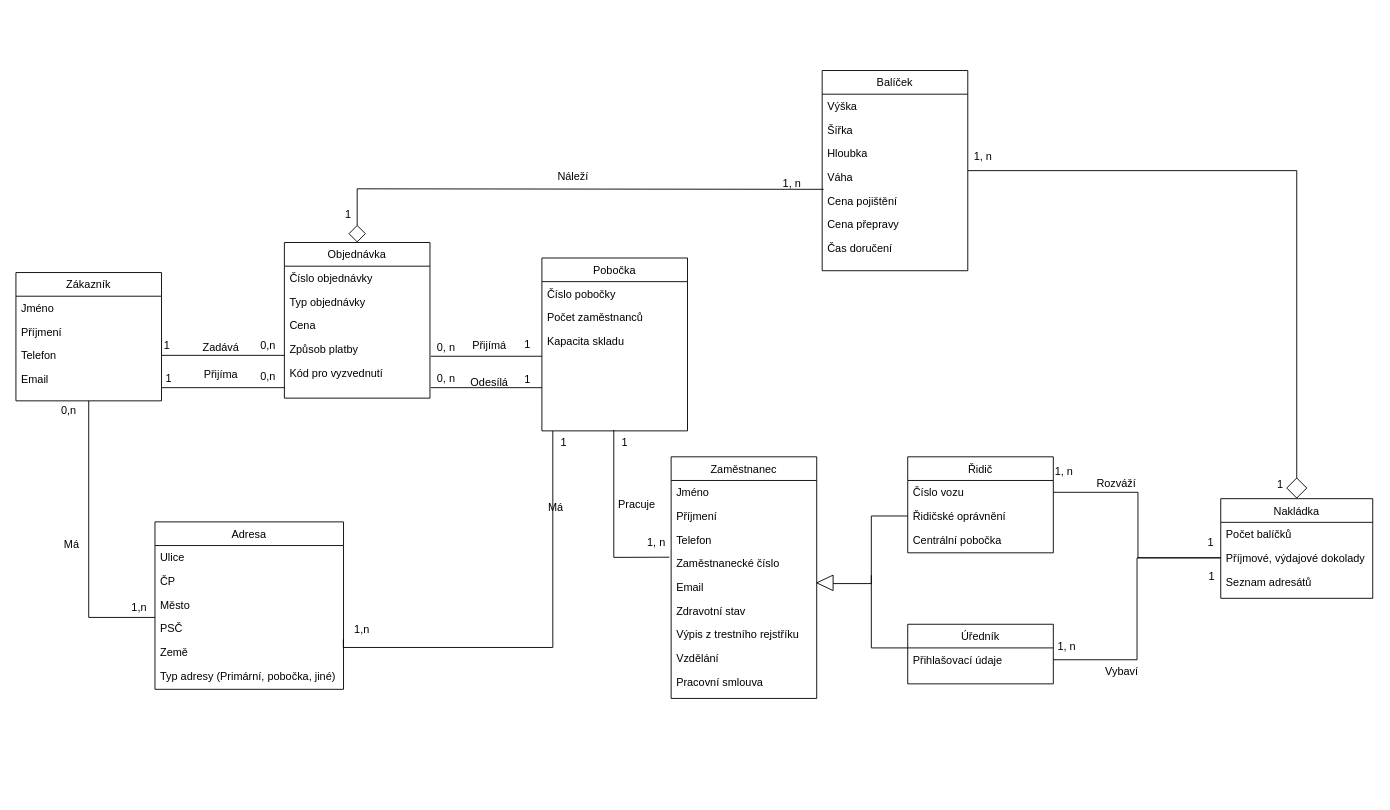
martinoak/culs-diagrams-net keeps this draw.io diagram as Projekt-ClassDiagram-v3.drawio. Above is the earlier version. Source tidied: cells renumbered, new cells numbered last; positions are measured from the earlier drawing's top-left corner, leaving out a move shared by most shapes. Both pictures are drawn from the tidied source at 91%, with x=0, y=0 at pixel (15, 70).
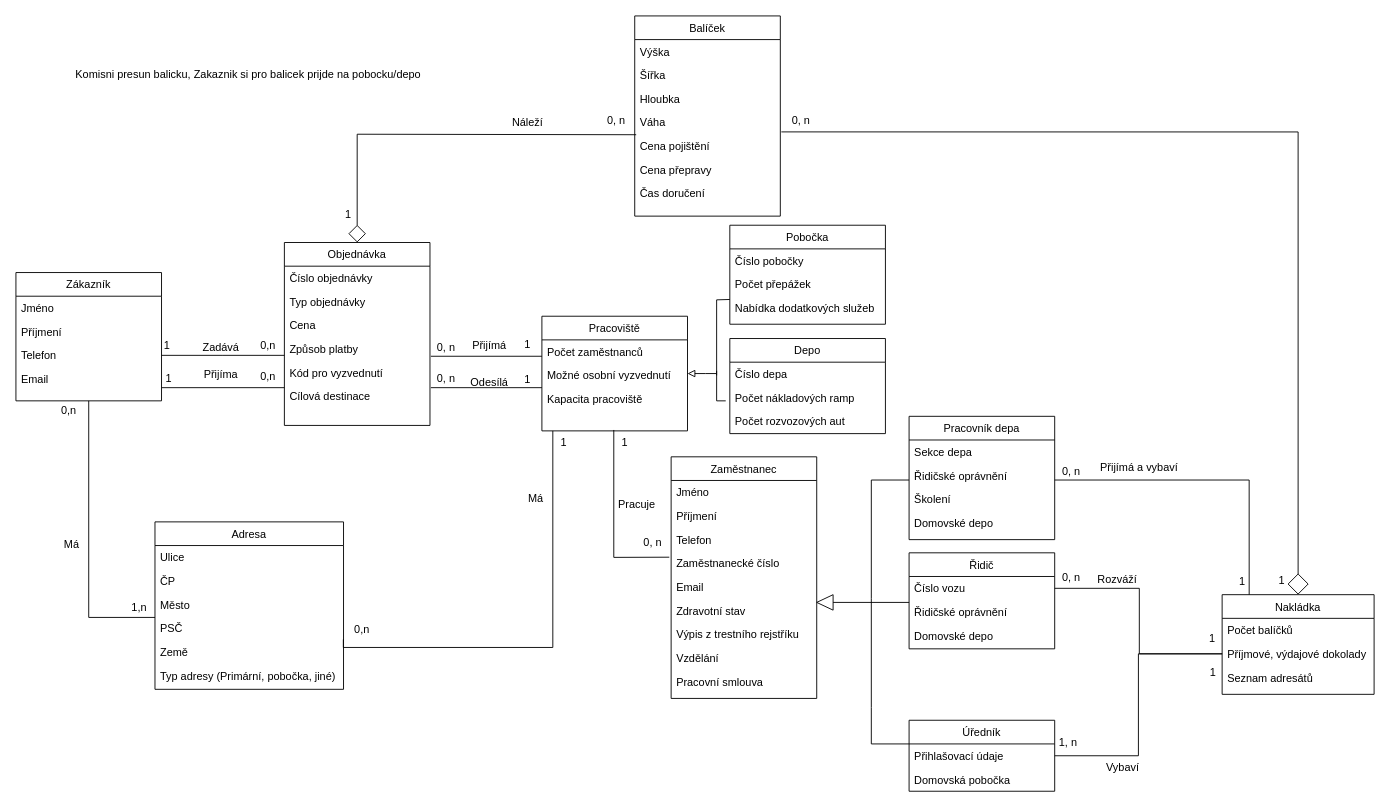
The same page after the edit.

The change refers to these unchanged cells:
```xml
<mxCell id="23" value="Cena pojištění" style="text;align=left;verticalAlign=top;spacingLeft=4;spacingRight=4;overflow=hidden;points=[[0,0.5],[1,0.5]];portConstraint=eastwest;" parent="18" vertex="1">
  <mxGeometry y="130" width="160" height="26" as="geometry" />
</mxCell>
<mxCell id="44" value="Číslo vozu" style="text;align=left;verticalAlign=top;spacingLeft=4;spacingRight=4;overflow=hidden;points=[[0,0.5],[1,0.5]];portConstraint=eastwest;" parent="43" vertex="1">
  <mxGeometry y="26" width="160" height="26" as="geometry" />
</mxCell>
<mxCell id="45" value="Řidičské oprávnění" style="text;align=left;verticalAlign=top;spacingLeft=4;spacingRight=4;overflow=hidden;points=[[0,0.5],[1,0.5]];portConstraint=eastwest;" parent="43" vertex="1">
  <mxGeometry y="52" width="160" height="26" as="geometry" />
</mxCell>
<mxCell id="94" style="endArrow=none;shadow=0;strokeWidth=1;rounded=0;endFill=0;edgeStyle=elbowEdgeStyle;elbow=vertical;entryX=0.999;entryY=-0.031;entryDx=0;entryDy=0;entryPerimeter=0;" parent="1" edge="1" target="12">
  <mxGeometry x="0.5" y="41" relative="1" as="geometry">
    <mxPoint x="590" y="396" as="sourcePoint" />
    <Array as="points">
      <mxPoint x="590" y="634" />
      <mxPoint x="590" y="721" />
    </Array>
    <mxPoint x="-40" y="32" as="offset" />
  </mxGeometry>
</mxCell>
```

What changed in the source:
```diff
@@
-    <mxCell id="17" style="edgeStyle=orthogonalEdgeStyle;rounded=0;jumpSize=6;jettySize=auto;html=1;strokeWidth=1;startArrow=none;startFill=0;endArrow=diamond;endFill=0;startSize=17;endSize=21;" parent="1" edge="1" source="18" target="64">
+    <mxCell id="17" style="edgeStyle=orthogonalEdgeStyle;rounded=0;jumpSize=6;jettySize=auto;html=1;strokeWidth=1;startArrow=none;startFill=0;endArrow=diamond;endFill=0;startSize=17;endSize=21;exitX=1.007;exitY=-0.098;exitDx=0;exitDy=0;exitPerimeter=0;" parent="1" edge="1" source="23" target="64">
       <mxGeometry relative="1" as="geometry" />
     </mxCell>
     <mxCell id="18" value="Balíček" style="swimlane;fontStyle=0;align=center;verticalAlign=top;horizontal=1;startSize=26;rounded=0;shadow=0;strokeWidth=1;" parent="1" vertex="1">
-      <mxGeometry x="886" width="160" height="220" as="geometry" />
+      <mxGeometry x="680" y="-60" width="160" height="220" as="geometry" />
     </mxCell>
@@
+    <mxCell id="98" style="edgeStyle=orthogonalEdgeStyle;rounded=0;jettySize=auto;html=1;endArrow=none;endFill=0;startArrow=block;startFill=0;targetPerimeterSpacing=16;sourcePerimeterSpacing=0;" parent="1" edge="1" source="26">
+      <mxGeometry relative="1" as="geometry">
+        <mxPoint x="770" y="333" as="targetPoint" />
+      </mxGeometry>
+    </mxCell>
-    <mxCell id="26" value="Pobočka" style="swimlane;fontStyle=0;align=center;verticalAlign=top;horizontal=1;startSize=26;rounded=0;shadow=0;strokeWidth=1;" parent="1" vertex="1">
-      <mxGeometry x="578" y="206" width="160" height="190" as="geometry" />
+    <mxCell id="26" value="Pracoviště" style="swimlane;fontStyle=0;align=center;verticalAlign=top;horizontal=1;startSize=26;rounded=0;shadow=0;strokeWidth=1;" parent="1" vertex="1">
+      <mxGeometry x="578" y="270" width="160" height="126" as="geometry" />
     </mxCell>
-    <mxCell id="27" value="Číslo pobočky" style="text;align=left;verticalAlign=top;spacingLeft=4;spacingRight=4;overflow=hidden;" parent="26" vertex="1">
-      <mxGeometry y="26" width="160" height="26" as="geometry" />
-    </mxCell>
     <mxCell id="28" value="Počet zaměstnanců" style="text;align=left;verticalAlign=top;spacingLeft=4;spacingRight=4;overflow=hidden;rounded=0;shadow=0;html=0;" parent="26" vertex="1">
-      <mxGeometry y="52" width="160" height="26" as="geometry" />
+      <mxGeometry y="26" width="160" height="26" as="geometry" />
     </mxCell>
-    <mxCell id="29" value="Kapacita skladu" style="text;align=left;verticalAlign=top;spacingLeft=4;spacingRight=4;overflow=hidden;rounded=0;shadow=0;html=0;" parent="26" vertex="1">
-      <mxGeometry y="78" width="160" height="26" as="geometry" />
-    </mxCell>
+    <mxCell id="99" value="Možné osobní vyzvednutí" style="text;align=left;verticalAlign=top;spacingLeft=4;spacingRight=4;overflow=hidden;rounded=0;shadow=0;html=0;" parent="26" vertex="1">
+      <mxGeometry y="52" width="160" height="26" as="geometry" />
+    </mxCell>
+    <mxCell id="100" value="Kapacita pracoviště" style="text;align=left;verticalAlign=top;spacingLeft=4;spacingRight=4;overflow=hidden;rounded=0;shadow=0;html=0;" parent="26" vertex="1">
+      <mxGeometry y="78" width="160" height="26" as="geometry" />
+    </mxCell>
@@
-    <mxCell id="40" value="1, n" style="align=right;verticalAlign=bottom;labelBackgroundColor=none;fontSize=12;" parent="1" vertex="1">
-      <mxGeometry x="1070" y="80" as="geometry">
+    <mxCell id="40" value="0, n" style="align=right;verticalAlign=bottom;labelBackgroundColor=none;fontSize=12;" parent="1" vertex="1">
+      <mxGeometry x="667" y="40" as="geometry">
         <mxPoint x="4" y="23" as="offset" />
       </mxGeometry>
     </mxCell>
@@
     <mxCell id="43" value="Řidič" style="swimlane;fontStyle=0;align=center;verticalAlign=top;horizontal=1;startSize=26;rounded=0;shadow=0;strokeWidth=1;" parent="1" vertex="1">
-      <mxGeometry x="980" y="424.5" width="160" height="105.5" as="geometry" />
+      <mxGeometry x="981.5" y="530" width="160" height="105.5" as="geometry" />
     </mxCell>
@@
-    <mxCell id="46" value="Centrální pobočka" style="text;align=left;verticalAlign=top;spacingLeft=4;spacingRight=4;overflow=hidden;" parent="43" vertex="1">
+    <mxCell id="46" value="Domovské depo" style="text;align=left;verticalAlign=top;spacingLeft=4;spacingRight=4;overflow=hidden;" parent="43" vertex="1">
       <mxGeometry y="78" width="160" height="26" as="geometry" />
     </mxCell>
     <mxCell id="47" value="Úředník" style="swimlane;fontStyle=0;align=center;verticalAlign=top;horizontal=1;startSize=26;rounded=0;shadow=0;strokeWidth=1;" parent="1" vertex="1">
-      <mxGeometry x="980" y="608.5" width="160" height="65.5" as="geometry" />
+      <mxGeometry x="981.5" y="714" width="160" height="78" as="geometry" />
     </mxCell>
@@
-    <mxCell id="49" style="edgeStyle=orthogonalEdgeStyle;rounded=0;jettySize=auto;html=1;endArrow=none;endFill=0;strokeWidth=1;entryX=0.749;entryY=0.453;entryDx=0;entryDy=0;entryPerimeter=0;" parent="1" edge="1" source="45" target="50">
-      <mxGeometry relative="1" as="geometry">
-        <Array as="points">
-          <mxPoint x="940" y="489.5" />
-          <mxPoint x="940" y="564.5" />
-          <mxPoint x="885" y="564.5" />
-        </Array>
-      </mxGeometry>
-    </mxCell>
-    <mxCell id="50" style="triangle;whiteSpace=wrap;html=1;fillColor=#FFFFFF;rotation=-180;" parent="1" vertex="1">
-      <mxGeometry x="880" y="554.5" width="18" height="17" as="geometry" />
-    </mxCell>
+    <mxCell id="101" value="Domovská pobočka" style="text;align=left;verticalAlign=top;spacingLeft=4;spacingRight=4;overflow=hidden;" parent="47" vertex="1">
+      <mxGeometry y="52" width="160" height="26" as="geometry" />
+    </mxCell>
     <mxCell id="51" style="endArrow=none;html=1;rounded=0;strokeWidth=1;exitX=0;exitY=0;exitDx=0;exitDy=0;exitPerimeter=0;" parent="1" edge="1">
       <mxGeometry relative="1" as="geometry">
-        <mxPoint x="980" y="634.5" as="sourcePoint" />
-        <mxPoint x="940" y="554.5" as="targetPoint" />
+        <mxPoint x="981.5" y="740" as="sourcePoint" />
+        <mxPoint x="940" y="580" as="targetPoint" />
         <Array as="points">
-          <mxPoint x="940" y="634.5" />
+          <mxPoint x="940" y="740" />
+          <mxPoint x="940" y="700" />
         </Array>
       </mxGeometry>
     </mxCell>
@@
-    <mxCell id="53" value="1, n" style="align=left;verticalAlign=bottom;labelBackgroundColor=none;fontSize=12;" parent="1" vertex="1">
-      <mxGeometry x="704" y="539" as="geometry">
+    <mxCell id="53" value="0, n" style="align=left;verticalAlign=bottom;labelBackgroundColor=none;fontSize=12;" parent="1" vertex="1">
+      <mxGeometry x="700" y="539" as="geometry">
         <mxPoint x="-12" y="-12" as="offset" />
       </mxGeometry>
     </mxCell>
@@
     <mxCell id="56" value="Vybaví" style="text;html=1;align=center;verticalAlign=middle;labelBackgroundColor=none;rounded=0;shadow=0;strokeWidth=1;fontSize=12;rotation=0;" parent="1" vertex="1">
-      <mxGeometry x="1191" y="674" as="geometry">
+      <mxGeometry x="1192.5" y="779.5" as="geometry">
         <mxPoint x="23" y="-14" as="offset" />
       </mxGeometry>
     </mxCell>
@@
     <mxCell id="58" value="Rozváží" style="text;html=1;align=center;verticalAlign=middle;labelBackgroundColor=none;rounded=0;shadow=0;strokeWidth=1;fontSize=12;" parent="1" vertex="1">
-      <mxGeometry x="1185" y="467.5" as="geometry">
+      <mxGeometry x="1186.5" y="573" as="geometry">
         <mxPoint x="23" y="-14" as="offset" />
       </mxGeometry>
     </mxCell>
     <mxCell id="59" style="edgeStyle=orthogonalEdgeStyle;rounded=0;jettySize=auto;html=1;entryX=0;entryY=0.5;entryDx=0;entryDy=0;endArrow=none;endFill=0;" parent="1" edge="1" source="44">
       <mxGeometry relative="1" as="geometry">
-        <mxPoint x="1324" y="535.5" as="targetPoint" />
+        <mxPoint x="1325.5" y="641" as="targetPoint" />
         <Array as="points">
-          <mxPoint x="1233" y="464" />
-          <mxPoint x="1233" y="536" />
+          <mxPoint x="1234.5" y="569.5" />
+          <mxPoint x="1234.5" y="641.5" />
         </Array>
       </mxGeometry>
     </mxCell>
@@
     <mxCell id="61" value="1, n" style="align=left;verticalAlign=bottom;labelBackgroundColor=none;fontSize=12;" parent="1" vertex="1">
-      <mxGeometry x="1149" y="645" as="geometry">
+      <mxGeometry x="1150.5" y="750.5" as="geometry">
         <mxPoint x="-6" y="-4" as="offset" />
       </mxGeometry>
     </mxCell>
@@
-    <mxCell id="63" value="1, n" style="align=left;verticalAlign=bottom;labelBackgroundColor=none;fontSize=12;" parent="1" vertex="1">
-      <mxGeometry x="1112" y="333" as="geometry">
+    <mxCell id="63" value="0, n" style="align=left;verticalAlign=bottom;labelBackgroundColor=none;fontSize=12;" parent="1" vertex="1">
+      <mxGeometry x="1120" y="450" as="geometry">
         <mxPoint x="28" y="116" as="offset" />
       </mxGeometry>
     </mxCell>
     <mxCell id="64" value="Nakládka" style="swimlane;fontStyle=0;align=center;verticalAlign=top;horizontal=1;startSize=26;rounded=0;shadow=0;strokeWidth=1;" parent="1" vertex="1">
-      <mxGeometry x="1324" y="470.5" width="167" height="109.5" as="geometry" />
+      <mxGeometry x="1325.5" y="576" width="167" height="109.5" as="geometry" />
     </mxCell>
@@
     <mxCell id="68" value="1" style="align=left;verticalAlign=bottom;labelBackgroundColor=none;fontSize=12;" parent="1" vertex="1">
-      <mxGeometry x="1311" y="512" as="geometry">
+      <mxGeometry x="1312.5" y="617.5" as="geometry">
         <mxPoint x="-3" y="15" as="offset" />
       </mxGeometry>
     </mxCell>
     <mxCell id="69" value="1" style="align=left;verticalAlign=bottom;labelBackgroundColor=none;fontSize=12;" parent="1" vertex="1">
-      <mxGeometry x="1312" y="549.5" as="geometry">
+      <mxGeometry x="1313.5" y="655" as="geometry">
         <mxPoint x="-3" y="15" as="offset" />
       </mxGeometry>
     </mxCell>
@@
     <mxCell id="71" value="Objednávka" style="swimlane;fontStyle=0;align=center;verticalAlign=top;horizontal=1;startSize=26;rounded=0;shadow=0;strokeWidth=1;" parent="1" vertex="1">
-      <mxGeometry x="295" y="189" width="160" height="171" as="geometry" />
+      <mxGeometry x="295" y="189" width="160" height="201" as="geometry" />
     </mxCell>
@@
+    <mxCell id="102" value="Cílová destinace" style="text;align=left;verticalAlign=top;spacingLeft=4;spacingRight=4;overflow=hidden;" parent="71" vertex="1">
+      <mxGeometry y="156" width="160" height="26" as="geometry" />
+    </mxCell>
@@
     <mxCell id="81" style="endArrow=none;html=1;rounded=0;exitX=0.5;exitY=0;exitDx=0;exitDy=0;endFill=0;endSize=6;startArrow=diamond;startFill=0;startSize=17;entryX=0.01;entryY=0.021;entryDx=0;entryDy=0;entryPerimeter=0;" parent="1" edge="1" source="71" target="23">
       <mxGeometry relative="1" as="geometry">
         <Array as="points">
-          <mxPoint x="375" y="130" />
+          <mxPoint x="375" y="70" />
         </Array>
       </mxGeometry>
     </mxCell>
     <mxCell id="82" value="Náleží" style="text;html=1;align=center;verticalAlign=middle;labelBackgroundColor=none;rounded=0;shadow=0;strokeWidth=1;fontSize=12;" parent="1" vertex="1">
-      <mxGeometry x="640" y="90" as="geometry">
+      <mxGeometry x="590" y="30" as="geometry">
         <mxPoint x="-29" y="26" as="offset" />
       </mxGeometry>
     </mxCell>
-    <mxCell id="83" value="1, n" style="align=right;verticalAlign=bottom;labelBackgroundColor=none;fontSize=12;" parent="1" vertex="1">
-      <mxGeometry x="860" y="110" as="geometry">
+    <mxCell id="83" value="0, n" style="align=right;verticalAlign=bottom;labelBackgroundColor=none;fontSize=12;" parent="1" vertex="1">
+      <mxGeometry x="870" y="40" as="geometry">
         <mxPoint x="4" y="23" as="offset" />
       </mxGeometry>
     </mxCell>
@@
     <mxCell id="93" value="1" style="align=right;verticalAlign=bottom;labelBackgroundColor=none;fontSize=12;" parent="1" vertex="1">
-      <mxGeometry x="1390" y="440" as="geometry">
+      <mxGeometry x="1391.5" y="545.5" as="geometry">
         <mxPoint x="4" y="23" as="offset" />
       </mxGeometry>
     </mxCell>
@@
-    <mxCell id="95" value="1,n" style="align=right;verticalAlign=bottom;labelBackgroundColor=none;fontSize=12;" parent="94" vertex="1">
+    <mxCell id="95" value="0,n" style="align=right;verticalAlign=bottom;labelBackgroundColor=none;fontSize=12;" parent="94" vertex="1">
       <mxGeometry x="1" relative="1" as="geometry">
         <mxPoint x="30" y="-3" as="offset" />
       </mxGeometry>
     </mxCell>
     <mxCell id="96" value="Má" style="text;html=1;align=center;verticalAlign=middle;labelBackgroundColor=none;rounded=0;shadow=0;strokeWidth=1;fontSize=12;" parent="94" vertex="1">
       <mxGeometry x="0.5" y="49" relative="1" as="geometry">
-        <mxPoint x="122" y="-203" as="offset" />
+        <mxPoint x="100" y="-213" as="offset" />
       </mxGeometry>
     </mxCell>
@@
+    <mxCell id="103" value="Komisni presun balicku, Zakaznik si pro balicek prijde na pobocku/depo" style="text;html=1;align=center;verticalAlign=middle;strokeColor=none;fillColor=none;" parent="1" vertex="1">
+      <mxGeometry x="55" y="-10" width="400" height="30" as="geometry" />
+    </mxCell>
+    <mxCell id="104" value="Depo" style="swimlane;fontStyle=0;align=center;verticalAlign=top;horizontal=1;startSize=26;rounded=0;shadow=0;strokeWidth=1;" parent="1" vertex="1">
+      <mxGeometry x="784.5" y="294.5" width="171" height="104.5" as="geometry" />
+    </mxCell>
+    <mxCell id="105" value="Číslo depa" style="text;align=left;verticalAlign=top;spacingLeft=4;spacingRight=4;overflow=hidden;" parent="104" vertex="1">
+      <mxGeometry y="26" width="171" height="26" as="geometry" />
+    </mxCell>
+    <mxCell id="106" value="Počet nákladových ramp" style="text;align=left;verticalAlign=top;spacingLeft=4;spacingRight=4;overflow=hidden;" parent="104" vertex="1">
+      <mxGeometry y="52" width="171" height="26" as="geometry" />
+    </mxCell>
+    <mxCell id="107" value="Počet rozvozových aut" style="text;align=left;verticalAlign=top;spacingLeft=4;spacingRight=4;overflow=hidden;" parent="104" vertex="1">
+      <mxGeometry y="78" width="171" height="26" as="geometry" />
+    </mxCell>
+    <mxCell id="50" style="triangle;whiteSpace=wrap;html=1;fillColor=#FFFFFF;rotation=-180;" parent="1" vertex="1">
+      <mxGeometry x="880" y="576" width="18" height="17" as="geometry" />
+    </mxCell>
+    <mxCell id="49" style="edgeStyle=orthogonalEdgeStyle;rounded=0;jettySize=auto;html=1;endArrow=none;endFill=0;strokeWidth=1;entryX=0;entryY=0.5;entryDx=0;entryDy=0;" parent="1" edge="1" source="45" target="50">
+      <mxGeometry relative="1" as="geometry">
+        <Array as="points">
+          <mxPoint x="898" y="585" />
+        </Array>
+      </mxGeometry>
+    </mxCell>
+    <mxCell id="108" value="Pracovník depa" style="swimlane;fontStyle=0;align=center;verticalAlign=top;horizontal=1;startSize=26;rounded=0;shadow=0;strokeWidth=1;" parent="1" vertex="1">
+      <mxGeometry x="981.5" y="380" width="160" height="135.5" as="geometry" />
+    </mxCell>
+    <mxCell id="109" value="Sekce depa" style="text;align=left;verticalAlign=top;spacingLeft=4;spacingRight=4;overflow=hidden;" parent="108" vertex="1">
+      <mxGeometry y="26" width="160" height="26" as="geometry" />
+    </mxCell>
+    <mxCell id="110" value="Řidičské oprávnění" style="text;align=left;verticalAlign=top;spacingLeft=4;spacingRight=4;overflow=hidden;" parent="108" vertex="1">
+      <mxGeometry y="52" width="160" height="26" as="geometry" />
+    </mxCell>
+    <mxCell id="111" value="Školení" style="text;align=left;verticalAlign=top;spacingLeft=4;spacingRight=4;overflow=hidden;" parent="108" vertex="1">
+      <mxGeometry y="78" width="160" height="26" as="geometry" />
+    </mxCell>
+    <mxCell id="112" value="Domovské depo" style="text;align=left;verticalAlign=top;spacingLeft=4;spacingRight=4;overflow=hidden;" parent="108" vertex="1">
+      <mxGeometry y="104" width="160" height="26" as="geometry" />
+    </mxCell>
+    <mxCell id="113" style="endArrow=none;html=1;rounded=0;strokeWidth=1;exitX=0;exitY=0;exitDx=0;exitDy=0;exitPerimeter=0;" parent="1" edge="1">
+      <mxGeometry relative="1" as="geometry">
+        <mxPoint x="981.5" y="450" as="sourcePoint" />
+        <mxPoint x="940" y="580" as="targetPoint" />
+        <Array as="points">
+          <mxPoint x="940" y="450" />
+        </Array>
+      </mxGeometry>
+    </mxCell>
+    <mxCell id="114" style="edgeStyle=orthogonalEdgeStyle;rounded=0;jettySize=auto;html=1;entryX=0.178;entryY=0;entryDx=0;entryDy=0;endArrow=none;endFill=0;entryPerimeter=0;" parent="1" edge="1" target="64">
+      <mxGeometry relative="1" as="geometry">
+        <mxPoint x="1141.5" y="450" as="sourcePoint" />
+        <Array as="points">
+          <mxPoint x="1355" y="450" />
+        </Array>
+      </mxGeometry>
+    </mxCell>
+    <mxCell id="115" value="Přijímá a vybaví" style="text;html=1;align=center;verticalAlign=middle;labelBackgroundColor=none;rounded=0;shadow=0;strokeWidth=1;fontSize=12;" parent="1" vertex="1">
+      <mxGeometry x="1210" y="450" as="geometry">
+        <mxPoint x="23" y="-14" as="offset" />
+      </mxGeometry>
+    </mxCell>
+    <mxCell id="116" value="1" style="align=left;verticalAlign=bottom;labelBackgroundColor=none;fontSize=12;" parent="1" vertex="1">
+      <mxGeometry x="1322.5" y="627.5" as="geometry">
+        <mxPoint x="20" y="-58" as="offset" />
+      </mxGeometry>
+    </mxCell>
+    <mxCell id="117" value="Pobočka" style="swimlane;fontStyle=0;align=center;verticalAlign=top;horizontal=1;startSize=26;rounded=0;shadow=0;strokeWidth=1;" parent="1" vertex="1">
+      <mxGeometry x="784.5" y="170" width="171" height="108.8" as="geometry" />
+    </mxCell>
+    <mxCell id="27" value="Číslo pobočky" style="text;align=left;verticalAlign=top;spacingLeft=4;spacingRight=4;overflow=hidden;" parent="117" vertex="1">
+      <mxGeometry y="26" width="171" height="26" as="geometry" />
+    </mxCell>
+    <mxCell id="118" value="Počet přepážek" style="text;align=left;verticalAlign=top;spacingLeft=4;spacingRight=4;overflow=hidden;" parent="117" vertex="1">
+      <mxGeometry y="52" width="171" height="26" as="geometry" />
+    </mxCell>
+    <mxCell id="119" value="Nabídka dodatkových služeb" style="text;align=left;verticalAlign=top;spacingLeft=4;spacingRight=4;overflow=hidden;" parent="117" vertex="1">
+      <mxGeometry y="78" width="171" height="26" as="geometry" />
+    </mxCell>
+    <mxCell id="120" style="endArrow=none;html=1;rounded=0;endFill=0;startArrow=none;entryX=0;entryY=0.75;entryDx=0;entryDy=0;" parent="1" edge="1" target="117">
+      <mxGeometry relative="1" as="geometry">
+        <mxPoint x="770" y="335" as="sourcePoint" />
+        <Array as="points">
+          <mxPoint x="770" y="252" />
+        </Array>
+      </mxGeometry>
+    </mxCell>
+    <mxCell id="121" style="endArrow=none;html=1;rounded=0;endFill=0;" parent="1" edge="1">
+      <mxGeometry relative="1" as="geometry">
+        <mxPoint x="770" y="330" as="sourcePoint" />
+        <mxPoint x="780" y="363" as="targetPoint" />
+        <Array as="points">
+          <mxPoint x="770" y="363" />
+        </Array>
+      </mxGeometry>
+    </mxCell>
+    <mxCell id="122" value="0, n" style="align=left;verticalAlign=bottom;labelBackgroundColor=none;fontSize=12;" parent="1" vertex="1">
+      <mxGeometry x="1120" y="333" as="geometry">
+        <mxPoint x="28" y="116" as="offset" />
+      </mxGeometry>
+    </mxCell>
```
